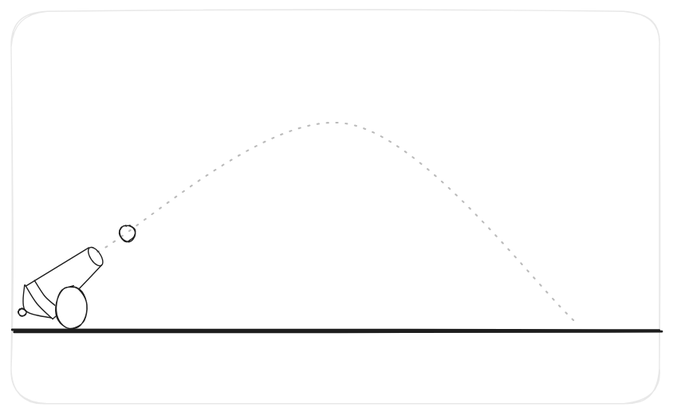
This is assets/pictures/numerical_method/canon.excalidraw.svg from kozakromch/game_physics, a Excalidraw export, as it was before one commit. Source tidied: one line per element, renumbered; positions are measured from the earlier drawing's top-left corner, leaving out a move shared by most shapes. Source of this version:
```json
{"id": 0, "type": "rectangle", "strokeColor": "#1e1e1e", "strokeWidth": 1, "roughness": 1, "opacity": 10, "round": true, "x": 0, "y": 0, "width": 581, "height": 352}
{"id": 1, "type": "line", "strokeColor": "#1e1e1e", "strokeWidth": 2, "roughness": 1, "round": true, "x": 1, "y": 287, "width": 580, "height": 0, "points": [[0, 0], [580, 0]]}
{"id": 2, "type": "line", "strokeColor": "#1e1e1e", "strokeWidth": 1, "roughness": 0, "round": true, "x": 70, "y": 212, "width": 57, "height": 35, "points": [[0, 0], [-57, 35]]}
{"id": 3, "type": "line", "strokeColor": "#1e1e1e", "strokeWidth": 1, "roughness": 0, "round": true, "x": 12, "y": 246, "width": 24, "height": 29, "points": [[0, 0], [1, 23], [24, 29]]}
{"id": 4, "type": "ellipse", "strokeColor": "#1e1e1e", "angle": 0.98, "strokeWidth": 1, "roughness": 0, "round": true, "x": 66, "y": 215, "width": 19, "height": 9}
{"id": 5, "type": "line", "strokeColor": "#1e1e1e", "strokeWidth": 1, "roughness": 0, "round": true, "x": 81, "y": 228, "width": 20, "height": 21, "points": [[0, 0], [-20, 21]]}
{"id": 6, "type": "ellipse", "strokeColor": "#1e1e1e", "strokeWidth": 1, "roughness": 1, "round": true, "x": 7, "y": 267, "width": 7, "height": 7}
{"id": 7, "type": "line", "strokeColor": "#1e1e1e", "strokeWidth": 1, "roughness": 0, "round": true, "x": 39, "y": 264, "width": 18, "height": 22, "points": [[0, 0], [-9, -8], [-18, -22]]}
{"id": 8, "type": "line", "strokeColor": "#1e1e1e", "strokeWidth": 1, "roughness": 0, "round": true, "x": 13, "y": 246, "width": 24, "height": 30, "points": [[0, 0], [10, 17], [24, 30]]}
{"id": 9, "type": "ellipse", "strokeColor": "#1e1e1e", "strokeWidth": 1, "roughness": 1, "round": true, "x": 40, "y": 247, "width": 28, "height": 38}
{"id": 10, "type": "line", "strokeColor": "#1e1e1e", "strokeWidth": 1, "roughness": 0, "round": true, "x": 37, "y": 276, "width": 4, "height": 3, "points": [[0, 0], [4, -3]]}
{"id": 11, "type": "ellipse", "strokeColor": "#1e1e1e", "strokeWidth": 1, "roughness": 1, "round": true, "x": 97, "y": 192, "width": 14, "height": 15}
{"id": 12, "type": "line", "strokeColor": "#1e1e1e", "strokeWidth": 1, "strokeStyle": "dotted", "roughness": 2, "opacity": 30, "round": true, "x": 78, "y": 218, "width": 429, "height": 177, "points": [[0, 0], [222, -115], [429, 62]]}
```
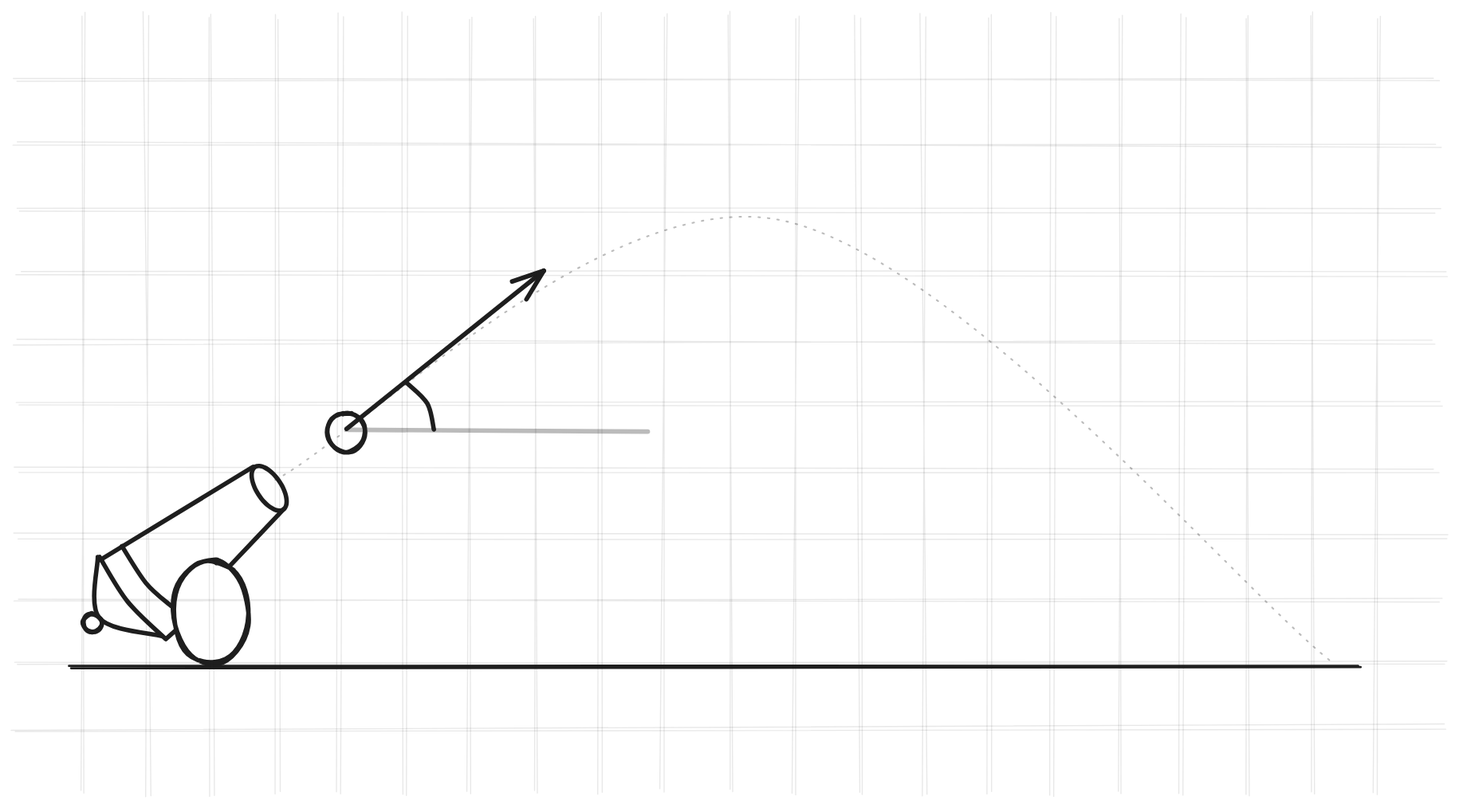
The same diagram one commit later.

The edit, as a diff of the source:
```diff
@@ -1,13 +1,47 @@
-{"id": 0, "type": "rectangle", "strokeColor": "#1e1e1e", "strokeWidth": 1, "roughness": 1, "opacity": 10, "round": true, "x": 0, "y": 0, "width": 581, "height": 352}
-{"id": 1, "type": "line", "strokeColor": "#1e1e1e", "strokeWidth": 2, "roughness": 1, "round": true, "x": 1, "y": 287, "width": 580, "height": 0, "points": [[0, 0], [580, 0]]}
+{"id": 1, "type": "line", "strokeColor": "#1e1e1e", "strokeWidth": 2, "roughness": 1, "round": true, "x": -116, "y": 476, "width": 1155, "height": 0, "points": [[0, 0], [1155, 0]]}
-{"id": 2, "type": "line", "strokeColor": "#1e1e1e", "strokeWidth": 1, "roughness": 0, "round": true, "x": 70, "y": 212, "width": 57, "height": 35, "points": [[0, 0], [-57, 35]]}
+{"id": 2, "type": "line", "strokeColor": "#1e1e1e", "strokeWidth": 4, "roughness": 0, "round": true, "x": 48, "y": 297, "width": 137, "height": 83, "points": [[0, 0], [-137, 83]]}
-{"id": 3, "type": "line", "strokeColor": "#1e1e1e", "strokeWidth": 1, "roughness": 0, "round": true, "x": 12, "y": 246, "width": 24, "height": 29, "points": [[0, 0], [1, 23], [24, 29]]}
+{"id": 3, "type": "line", "strokeColor": "#1e1e1e", "strokeWidth": 4, "roughness": 0, "round": true, "x": -91, "y": 378, "width": 58, "height": 71, "points": [[0, 0], [1, 55], [58, 71]]}
-{"id": 4, "type": "ellipse", "strokeColor": "#1e1e1e", "angle": 0.98, "strokeWidth": 1, "roughness": 0, "round": true, "x": 66, "y": 215, "width": 19, "height": 9}
+{"id": 4, "type": "ellipse", "strokeColor": "#1e1e1e", "angle": 0.98, "strokeWidth": 4, "roughness": 0, "round": true, "x": 40, "y": 305, "width": 46, "height": 22}
-{"id": 5, "type": "line", "strokeColor": "#1e1e1e", "strokeWidth": 1, "roughness": 0, "round": true, "x": 81, "y": 228, "width": 20, "height": 21, "points": [[0, 0], [-20, 21]]}
+{"id": 5, "type": "line", "strokeColor": "#1e1e1e", "strokeWidth": 4, "roughness": 0, "round": true, "x": 76, "y": 334, "width": 49, "height": 51, "points": [[0, 0], [-49, 51]]}
-{"id": 6, "type": "ellipse", "strokeColor": "#1e1e1e", "strokeWidth": 1, "roughness": 1, "round": true, "x": 7, "y": 267, "width": 7, "height": 7}
+{"id": 6, "type": "ellipse", "strokeColor": "#1e1e1e", "strokeWidth": 4, "roughness": 1, "round": true, "x": -104, "y": 428, "width": 16, "height": 17}
-{"id": 7, "type": "line", "strokeColor": "#1e1e1e", "strokeWidth": 1, "roughness": 0, "round": true, "x": 39, "y": 264, "width": 18, "height": 22, "points": [[0, 0], [-9, -8], [-18, -22]]}
+{"id": 7, "type": "line", "strokeColor": "#1e1e1e", "strokeWidth": 4, "roughness": 0, "round": true, "x": -25, "y": 421, "width": 44, "height": 53, "points": [[0, 0], [-22, -20], [-44, -53]]}
-{"id": 8, "type": "line", "strokeColor": "#1e1e1e", "strokeWidth": 1, "roughness": 0, "round": true, "x": 13, "y": 246, "width": 24, "height": 30, "points": [[0, 0], [10, 17], [24, 30]]}
+{"id": 8, "type": "line", "strokeColor": "#1e1e1e", "strokeWidth": 4, "roughness": 0, "round": true, "x": -89, "y": 378, "width": 59, "height": 73, "points": [[0, 0], [25, 40], [59, 73]]}
-{"id": 9, "type": "ellipse", "strokeColor": "#1e1e1e", "strokeWidth": 1, "roughness": 1, "round": true, "x": 40, "y": 247, "width": 28, "height": 38}
+{"id": 9, "type": "ellipse", "strokeColor": "#1e1e1e", "strokeWidth": 4, "roughness": 1, "round": true, "x": -23, "y": 380, "width": 68, "height": 93}
-{"id": 10, "type": "line", "strokeColor": "#1e1e1e", "strokeWidth": 1, "roughness": 0, "round": true, "x": 37, "y": 276, "width": 4, "height": 3, "points": [[0, 0], [4, -3]]}
+{"id": 10, "type": "line", "strokeColor": "#1e1e1e", "strokeWidth": 4, "roughness": 0, "round": true, "x": -30, "y": 451, "width": 8, "height": 7, "points": [[0, 0], [8, -7]]}
-{"id": 11, "type": "ellipse", "strokeColor": "#1e1e1e", "strokeWidth": 1, "roughness": 1, "round": true, "x": 97, "y": 192, "width": 14, "height": 15}
+{"id": 11, "type": "ellipse", "strokeColor": "#1e1e1e", "strokeWidth": 4, "roughness": 1, "round": true, "x": 115, "y": 248, "width": 34, "height": 35}
-{"id": 12, "type": "line", "strokeColor": "#1e1e1e", "strokeWidth": 1, "strokeStyle": "dotted", "roughness": 2, "opacity": 30, "round": true, "x": 78, "y": 218, "width": 429, "height": 177, "points": [[0, 0], [222, -115], [429, 62]]}
+{"id": 12, "type": "line", "strokeColor": "#1e1e1e", "strokeWidth": 1, "strokeStyle": "dotted", "roughness": 2, "opacity": 30, "round": true, "x": 69, "y": 310, "width": 944, "height": 392, "points": [[0, 0], [448, -233], [944, 159]]}
+{"id": 13, "type": "arrow", "strokeColor": "#1e1e1e", "strokeWidth": 4, "roughness": 0, "endArrowhead": "arrow", "x": 132, "y": 263, "width": 177, "height": 142, "points": [[0, 0], [177, -142]]}
+{"id": 14, "type": "line", "strokeColor": "#1e1e1e", "strokeWidth": 4, "roughness": 0, "opacity": 30, "x": 134, "y": 263, "width": 268, "height": 2, "points": [[0, 0], [268, 2]]}
+{"id": 15, "type": "line", "strokeColor": "#1e1e1e", "strokeWidth": 4, "roughness": 0, "round": true, "x": 210, "y": 263, "width": 24, "height": 42, "points": [[0, 0], [-6, -23], [-24, -42]]}
+{"id": 16, "type": "line", "strokeColor": "#1e1e1e", "strokeWidth": 1, "roughness": 2, "opacity": 10, "round": true, "x": -164, "y": -49, "width": 1272, "height": 0, "points": [[0, 0], [1272, 0]]}
+{"id": 17, "type": "line", "strokeColor": "#1e1e1e", "strokeWidth": 1, "roughness": 2, "opacity": 10, "round": true, "x": -164, "y": 300, "width": 1272, "height": 0, "points": [[0, 0], [1272, 0]]}
+{"id": 18, "type": "line", "strokeColor": "#1e1e1e", "strokeWidth": 1, "roughness": 2, "opacity": 10, "round": true, "x": -164, "y": 9, "width": 1275, "height": 0, "points": [[0, 0], [1275, 0]]}
+{"id": 19, "type": "line", "strokeColor": "#1e1e1e", "strokeWidth": 1, "roughness": 2, "opacity": 10, "round": true, "x": -164, "y": 358, "width": 1280, "height": 0, "points": [[0, 0], [1280, 0]]}
+{"id": 20, "type": "line", "strokeColor": "#1e1e1e", "strokeWidth": 1, "roughness": 2, "opacity": 10, "round": true, "x": -164, "y": 68, "width": 1273, "height": 0, "points": [[0, 0], [1273, 0]]}
+{"id": 21, "type": "line", "strokeColor": "#1e1e1e", "strokeWidth": 1, "roughness": 2, "opacity": 10, "round": true, "x": -164, "y": 415, "width": 1278, "height": 0, "points": [[0, 0], [1278, 0]]}
+{"id": 22, "type": "line", "strokeColor": "#1e1e1e", "strokeWidth": 1, "roughness": 2, "opacity": 10, "round": true, "x": -164, "y": 125, "width": 1280, "height": 0, "points": [[0, 0], [1280, 0]]}
+{"id": 23, "type": "line", "strokeColor": "#1e1e1e", "strokeWidth": 1, "roughness": 2, "opacity": 10, "round": true, "x": -165, "y": 473, "width": 1282, "height": 0, "points": [[0, 0], [1282, 0]]}
+{"id": 24, "type": "line", "strokeColor": "#1e1e1e", "strokeWidth": 1, "roughness": 2, "opacity": 10, "round": true, "x": -164, "y": 184, "width": 1271, "height": 0, "points": [[0, 0], [1271, 0]]}
+{"id": 25, "type": "line", "strokeColor": "#1e1e1e", "strokeWidth": 1, "roughness": 2, "opacity": 10, "round": true, "x": -164, "y": 531, "width": 1279, "height": 0, "points": [[0, 0], [1279, 0]]}
+{"id": 26, "type": "line", "strokeColor": "#1e1e1e", "strokeWidth": 1, "roughness": 2, "opacity": 10, "round": true, "x": -163, "y": 241, "width": 1277, "height": 0, "points": [[0, 0], [1277, 0]]}
+{"id": 27, "type": "line", "strokeColor": "#1e1e1e", "angle": 1.57, "strokeWidth": 1, "roughness": 2, "opacity": 10, "round": true, "x": 127, "y": 240, "width": 696, "height": 0, "points": [[0, 0], [696, 0]]}
+{"id": 28, "type": "line", "strokeColor": "#1e1e1e", "angle": 1.57, "strokeWidth": 1, "roughness": 2, "opacity": 10, "round": true, "x": -221, "y": 241, "width": 696, "height": 0, "points": [[0, 0], [696, 0]]}
+{"id": 29, "type": "line", "strokeColor": "#1e1e1e", "angle": 1.57, "strokeWidth": 1, "roughness": 2, "opacity": 10, "round": true, "x": 69, "y": 241, "width": 697, "height": 0, "points": [[0, 0], [697, 0]]}
+{"id": 30, "type": "line", "strokeColor": "#1e1e1e", "angle": 1.57, "strokeWidth": 1, "roughness": 2, "opacity": 10, "round": true, "x": -280, "y": 241, "width": 697, "height": 0, "points": [[0, 0], [697, 0]]}
+{"id": 31, "type": "line", "strokeColor": "#1e1e1e", "angle": 1.57, "strokeWidth": 1, "roughness": 2, "opacity": 10, "round": true, "x": 11, "y": 241, "width": 697, "height": 0, "points": [[0, 0], [697, 0]]}
+{"id": 32, "type": "line", "strokeColor": "#1e1e1e", "angle": 1.57, "strokeWidth": 1, "roughness": 2, "opacity": 10, "round": true, "x": -338, "y": 241, "width": 697, "height": 0, "points": [[0, 0], [697, 0]]}
+{"id": 33, "type": "line", "strokeColor": "#1e1e1e", "angle": 1.57, "strokeWidth": 1, "roughness": 2, "opacity": 10, "round": true, "x": -47, "y": 241, "width": 697, "height": 0, "points": [[0, 0], [697, 0]]}
+{"id": 34, "type": "line", "strokeColor": "#1e1e1e", "angle": 1.57, "strokeWidth": 1, "roughness": 2, "opacity": 10, "round": true, "x": -396, "y": 241, "width": 697, "height": 0, "points": [[0, 0], [697, 0]]}
+{"id": 35, "type": "line", "strokeColor": "#1e1e1e", "angle": 1.57, "strokeWidth": 1, "roughness": 2, "opacity": 10, "round": true, "x": -105, "y": 241, "width": 697, "height": 0, "points": [[0, 0], [697, 0]]}
+{"id": 36, "type": "line", "strokeColor": "#1e1e1e", "angle": 1.57, "strokeWidth": 1, "roughness": 2, "opacity": 10, "round": true, "x": -454, "y": 241, "width": 697, "height": 0, "points": [[0, 0], [697, 0]]}
+{"id": 37, "type": "line", "strokeColor": "#1e1e1e", "angle": 1.57, "strokeWidth": 1, "roughness": 2, "opacity": 10, "round": true, "x": -163, "y": 241, "width": 696, "height": 0, "points": [[0, 0], [696, 0]]}
+{"id": 38, "type": "line", "strokeColor": "#1e1e1e", "angle": 1.57, "strokeWidth": 1, "roughness": 2, "opacity": 10, "round": true, "x": 186, "y": 241, "width": 697, "height": 0, "points": [[0, 0], [697, 0]]}
+{"id": 39, "type": "line", "strokeColor": "#1e1e1e", "angle": 1.57, "strokeWidth": 1, "roughness": 2, "opacity": 10, "round": true, "x": 475, "y": 242, "width": 696, "height": 0, "points": [[0, 0], [696, 0]]}
+{"id": 40, "type": "line", "strokeColor": "#1e1e1e", "angle": 1.57, "strokeWidth": 1, "roughness": 2, "opacity": 10, "round": true, "x": 417, "y": 241, "width": 697, "height": 0, "points": [[0, 0], [697, 0]]}
+{"id": 41, "type": "line", "strokeColor": "#1e1e1e", "angle": 1.57, "strokeWidth": 1, "roughness": 2, "opacity": 10, "round": true, "x": 707, "y": 241, "width": 697, "height": 0, "points": [[0, 0], [697, 0]]}
+{"id": 42, "type": "line", "strokeColor": "#1e1e1e", "angle": 1.57, "strokeWidth": 1, "roughness": 2, "opacity": 10, "round": true, "x": 359, "y": 242, "width": 697, "height": 0, "points": [[0, 0], [697, 0]]}
+{"id": 43, "type": "line", "strokeColor": "#1e1e1e", "angle": 1.57, "strokeWidth": 1, "roughness": 2, "opacity": 10, "round": true, "x": 649, "y": 241, "width": 697, "height": 0, "points": [[0, 0], [697, 0]]}
+{"id": 44, "type": "line", "strokeColor": "#1e1e1e", "angle": 1.57, "strokeWidth": 1, "roughness": 2, "opacity": 10, "round": true, "x": 301, "y": 241, "width": 697, "height": 0, "points": [[0, 0], [697, 0]]}
+{"id": 45, "type": "line", "strokeColor": "#1e1e1e", "angle": 1.57, "strokeWidth": 1, "roughness": 2, "opacity": 10, "round": true, "x": 591, "y": 242, "width": 697, "height": 0, "points": [[0, 0], [697, 0]]}
+{"id": 46, "type": "line", "strokeColor": "#1e1e1e", "angle": 1.57, "strokeWidth": 1, "roughness": 2, "opacity": 10, "round": true, "x": 243, "y": 241, "width": 697, "height": 0, "points": [[0, 0], [697, 0]]}
+{"id": 47, "type": "line", "strokeColor": "#1e1e1e", "angle": 1.57, "strokeWidth": 1, "roughness": 2, "opacity": 10, "round": true, "x": 533, "y": 242, "width": 696, "height": 0, "points": [[0, 0], [696, 0]]}
```
